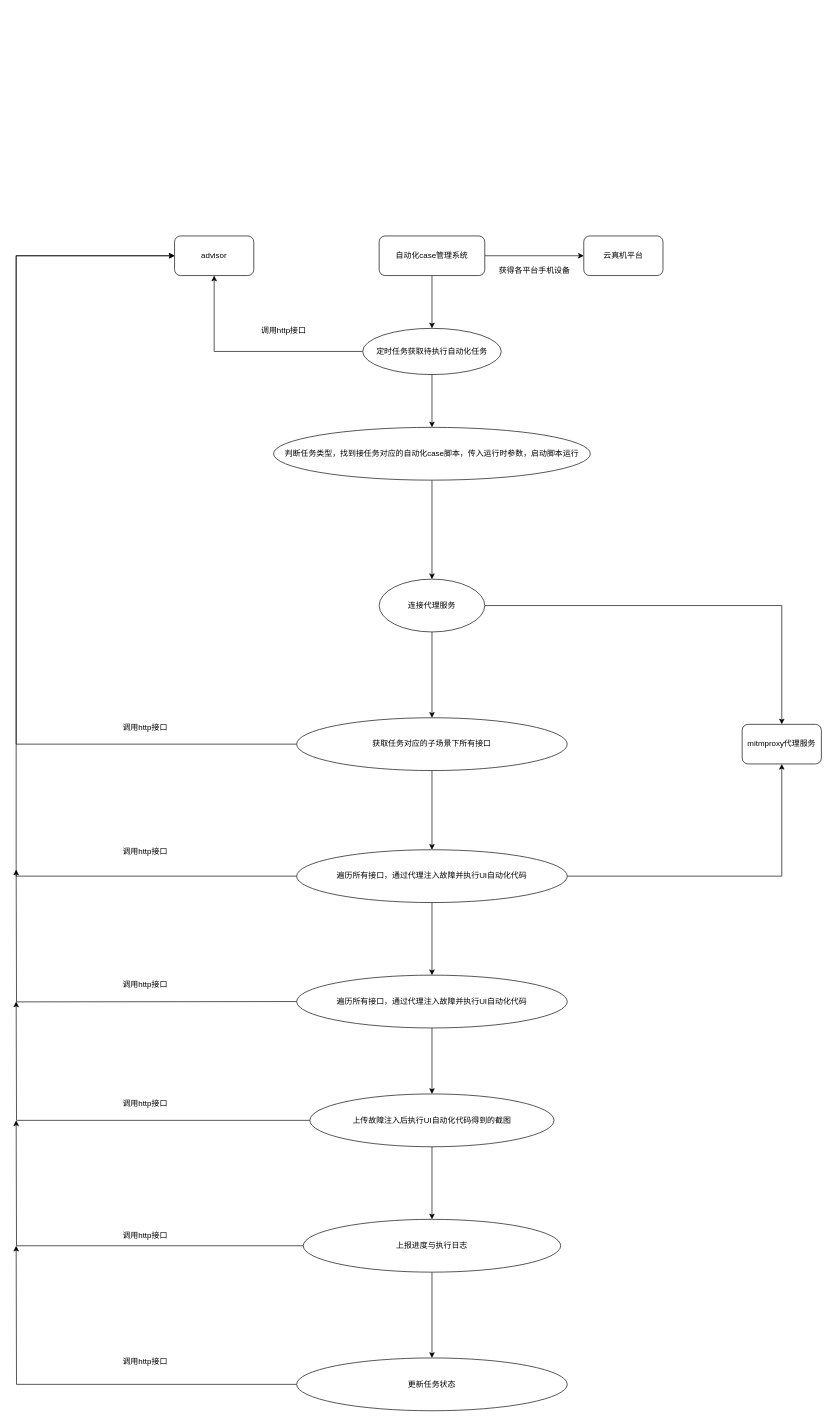
Earlier version of the draw.io diagram 自动化接口级故障演练流程.drawio (smartcharles/tech_draw). Source tidied: cells renumbered, new cells numbered last; positions are measured from the earlier drawing's top-left corner, leaving out a move shared by most shapes. Both pictures are drawn from the tidied source at 66%, with x=0, y=0 at pixel (16, 236).
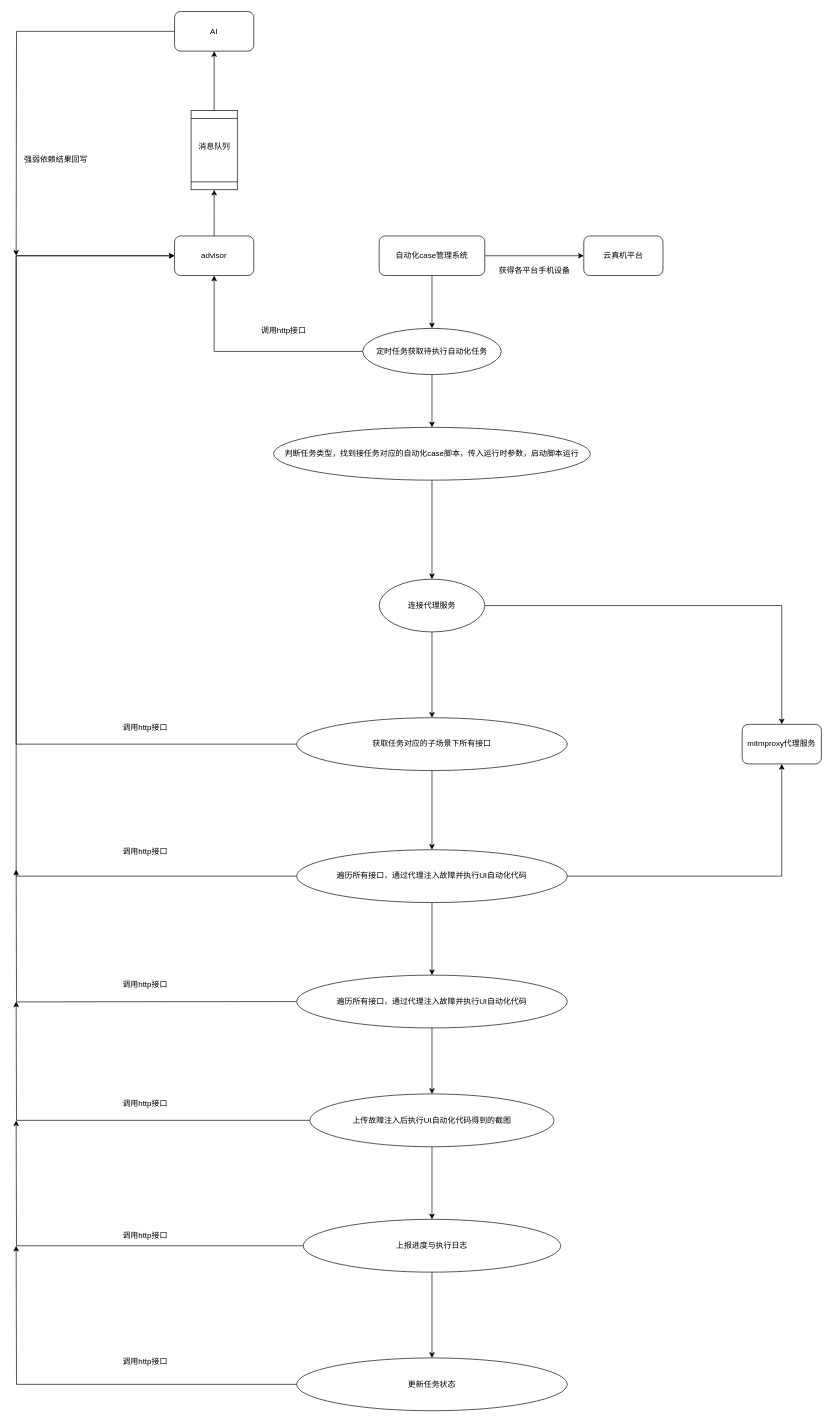
After the change.

Commit message (it also covers changes not shown here):
更新自动化接口级故障演练流程.drawio

The change refers to these unchanged cells:
```xml
<mxCell id="2" value="advisor" style="rounded=1;whiteSpace=wrap;html=1;" parent="1" vertex="1">
  <mxGeometry x="240" width="120" height="60" as="geometry" />
</mxCell>
```

Diff of the diagram source:
```diff
@@
+    <mxCell id="42" style="edgeStyle=orthogonalEdgeStyle;rounded=0;jettySize=auto;html=1;exitX=0.5;exitY=0;exitDx=0;exitDy=0;" parent="1" edge="1" source="2">
+      <mxGeometry relative="1" as="geometry">
+        <mxPoint x="300" y="-70" as="targetPoint" />
+      </mxGeometry>
+    </mxCell>
@@
+    <mxCell id="43" style="group;" parent="1" vertex="1">
+      <mxGeometry x="265" y="-190" width="70" height="120" as="geometry" />
+    </mxCell>
+    <mxCell id="44" style="shape=process;whiteSpace=wrap;html=1;backgroundOutline=1;rotation=-90;" parent="43" vertex="1">
+      <mxGeometry x="-25" y="25" width="120" height="70" as="geometry" />
+    </mxCell>
+    <mxCell id="45" value="消息队列" style="text;html=1;align=center;verticalAlign=middle;strokeColor=none;fillColor=none;" parent="43" vertex="1">
+      <mxGeometry y="40" width="70" height="30" as="geometry" />
+    </mxCell>
+    <mxCell id="46" style="edgeStyle=orthogonalEdgeStyle;rounded=0;jettySize=auto;html=1;" parent="1" edge="1" source="47">
+      <mxGeometry relative="1" as="geometry">
+        <mxPoint y="30" as="targetPoint" />
+      </mxGeometry>
+    </mxCell>
+    <mxCell id="47" value="AI" style="rounded=1;whiteSpace=wrap;html=1;" parent="1" vertex="1">
+      <mxGeometry x="240" y="-340" width="120" height="60" as="geometry" />
+    </mxCell>
+    <mxCell id="48" style="edgeStyle=orthogonalEdgeStyle;rounded=0;jettySize=auto;html=1;entryX=0.5;entryY=1;entryDx=0;entryDy=0;" parent="1" edge="1" source="44" target="47">
+      <mxGeometry relative="1" as="geometry" />
+    </mxCell>
+    <mxCell id="49" value="强弱依赖结果回写" style="text;html=1;align=center;verticalAlign=middle;strokeColor=none;fillColor=none;" parent="1" vertex="1">
+      <mxGeometry y="-130" width="120" height="30" as="geometry" />
+    </mxCell>
```
